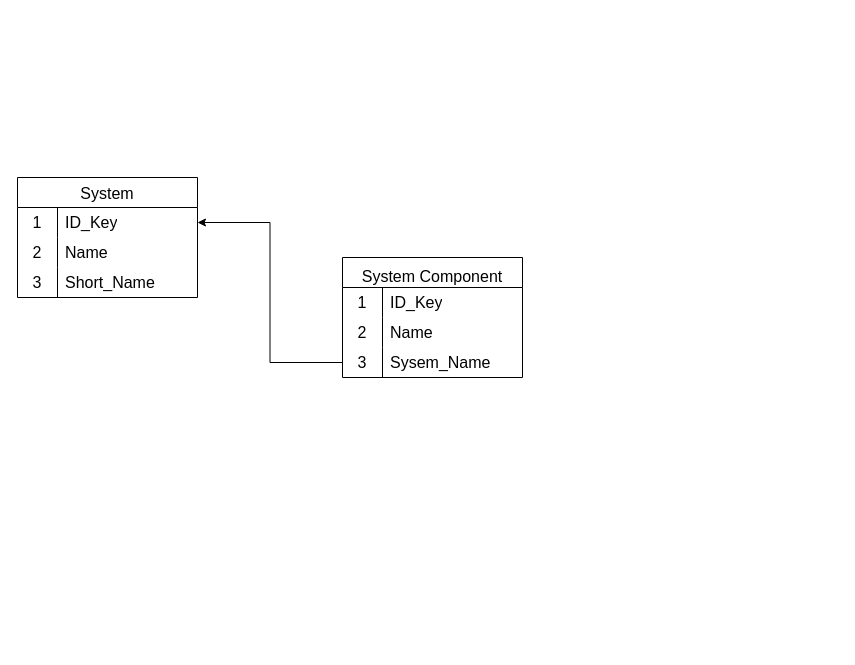
The draw.io diagram page "APM Data Model" (1 of 3) of images/itsm.drawio in bpayt2/temp, before the edit. Source tidied: cells renumbered, new cells numbered last; positions are measured from the earlier drawing's top-left corner, leaving out a move shared by most shapes. Both pictures are drawn from the tidied source at 100%, with x=0, y=0 at pixel (17, 177).
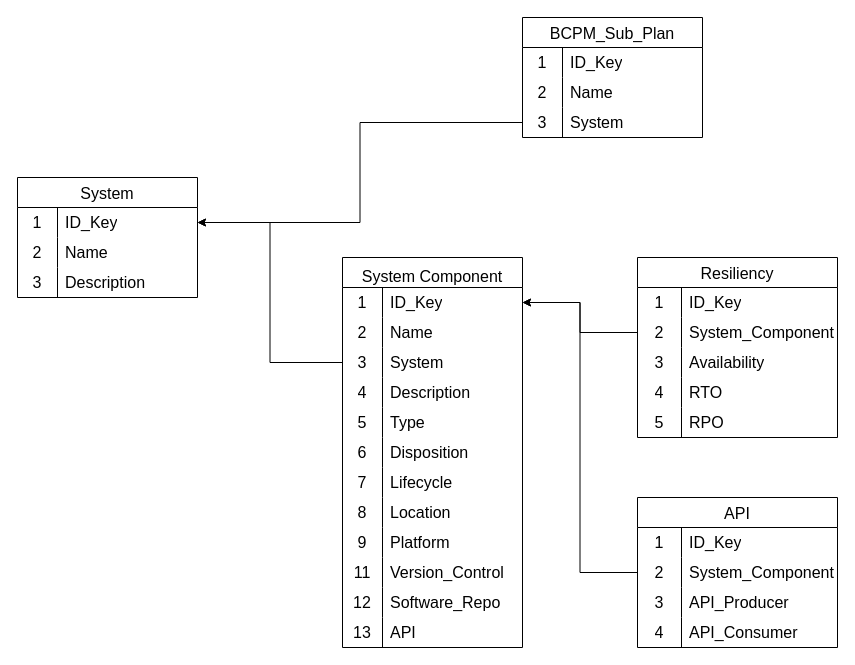
The same page after the edit.

The change refers to these unchanged cells:
```xml
<mxCell id="3" style="shape=tableRow;horizontal=0;startSize=0;swimlaneHead=0;swimlaneBody=0;top=0;left=0;bottom=0;right=0;fillColor=none;points=[[0,0.5],[1,0.5]];portConstraint=eastwest;strokeColor=inherit;fontSize=16;" parent="2" vertex="1">
  <mxGeometry y="30" width="180" height="30" as="geometry" />
</mxCell>
<mxCell id="9" style="shape=tableRow;horizontal=0;startSize=0;swimlaneHead=0;swimlaneBody=0;top=0;left=0;bottom=0;right=0;fillColor=none;strokeColor=inherit;fontSize=16;" parent="2" vertex="1">
  <mxGeometry y="90" width="180" height="30" as="geometry" />
</mxCell>
<mxCell id="13" style="shape=tableRow;horizontal=0;startSize=0;swimlaneHead=0;swimlaneBody=0;top=0;left=0;bottom=0;right=0;fillColor=none;points=[[0,0.5],[1,0.5]];portConstraint=eastwest;strokeColor=inherit;fontSize=16;" parent="12" vertex="1">
  <mxGeometry y="30" width="180" height="30" as="geometry" />
</mxCell>
<mxCell id="19" style="shape=tableRow;horizontal=0;startSize=0;swimlaneHead=0;swimlaneBody=0;top=0;left=0;bottom=0;right=0;fillColor=none;points=[[0,0.5],[1,0.5]];portConstraint=eastwest;strokeColor=inherit;fontSize=16;" parent="12" vertex="1">
  <mxGeometry y="90" width="180" height="30" as="geometry" />
</mxCell>
```

Diff of the diagram source:
```diff
@@
-    <mxCell id="11" value="Short_Name" style="shape=partialRectangle;html=1;whiteSpace=wrap;fillColor=none;top=0;left=0;bottom=0;right=0;align=left;spacingLeft=6;overflow=hidden;strokeColor=inherit;fontSize=16;" parent="9" vertex="1">
+    <mxCell id="11" value="Description" style="shape=partialRectangle;html=1;whiteSpace=wrap;fillColor=none;top=0;left=0;bottom=0;right=0;align=left;spacingLeft=6;overflow=hidden;strokeColor=inherit;fontSize=16;" parent="9" vertex="1">
       <mxGeometry x="40" width="140" height="30" as="geometry" />
     </mxCell>
     <mxCell id="12" value="System Component" style="shape=table;startSize=30;childLayout=tableLayout;rowLines=0;fontStyle=0;strokeColor=default;fontSize=16;verticalAlign=bottom;" parent="1" vertex="1">
-      <mxGeometry x="325" y="80" width="180" height="120" as="geometry" />
+      <mxGeometry x="325" y="80" width="180" height="390" as="geometry" />
     </mxCell>
@@
-    <mxCell id="21" value="Sysem_Name" style="shape=partialRectangle;html=1;whiteSpace=wrap;fillColor=none;top=0;left=0;bottom=0;right=0;align=left;spacingLeft=6;overflow=hidden;strokeColor=inherit;fontSize=16;" parent="19" vertex="1">
+    <mxCell id="21" value="System" style="shape=partialRectangle;html=1;whiteSpace=wrap;fillColor=none;top=0;left=0;bottom=0;right=0;align=left;spacingLeft=6;overflow=hidden;strokeColor=inherit;fontSize=16;" parent="19" vertex="1">
       <mxGeometry x="40" width="140" height="30" as="geometry" />
     </mxCell>
+    <mxCell id="23" style="shape=tableRow;horizontal=0;startSize=0;swimlaneHead=0;swimlaneBody=0;top=0;left=0;bottom=0;right=0;fillColor=none;strokeColor=inherit;fontSize=16;" parent="12" vertex="1">
+      <mxGeometry y="120" width="180" height="30" as="geometry" />
+    </mxCell>
+    <mxCell id="24" value="4" style="shape=partialRectangle;html=1;whiteSpace=wrap;fillColor=none;top=0;left=0;bottom=0;right=0;overflow=hidden;strokeColor=inherit;fontSize=16;" parent="23" vertex="1">
+      <mxGeometry width="40" height="30" as="geometry" />
+    </mxCell>
+    <mxCell id="25" value="Description" style="shape=partialRectangle;html=1;whiteSpace=wrap;fillColor=none;top=0;left=0;bottom=0;right=0;align=left;spacingLeft=6;overflow=hidden;strokeColor=inherit;fontSize=16;" parent="23" vertex="1">
+      <mxGeometry x="40" width="140" height="30" as="geometry" />
+    </mxCell>
+    <mxCell id="26" style="shape=tableRow;horizontal=0;startSize=0;swimlaneHead=0;swimlaneBody=0;top=0;left=0;bottom=0;right=0;fillColor=none;strokeColor=inherit;fontSize=16;" parent="12" vertex="1">
+      <mxGeometry y="150" width="180" height="30" as="geometry" />
+    </mxCell>
+    <mxCell id="27" value="5" style="shape=partialRectangle;html=1;whiteSpace=wrap;fillColor=none;top=0;left=0;bottom=0;right=0;overflow=hidden;strokeColor=inherit;fontSize=16;" parent="26" vertex="1">
+      <mxGeometry width="40" height="30" as="geometry" />
+    </mxCell>
+    <mxCell id="28" value="Type" style="shape=partialRectangle;html=1;whiteSpace=wrap;fillColor=none;top=0;left=0;bottom=0;right=0;align=left;spacingLeft=6;overflow=hidden;strokeColor=inherit;fontSize=16;" parent="26" vertex="1">
+      <mxGeometry x="40" width="140" height="30" as="geometry" />
+    </mxCell>
+    <mxCell id="29" style="shape=tableRow;horizontal=0;startSize=0;swimlaneHead=0;swimlaneBody=0;top=0;left=0;bottom=0;right=0;fillColor=none;strokeColor=inherit;fontSize=16;" parent="12" vertex="1">
+      <mxGeometry y="180" width="180" height="30" as="geometry" />
+    </mxCell>
+    <mxCell id="30" value="6" style="shape=partialRectangle;html=1;whiteSpace=wrap;fillColor=none;top=0;left=0;bottom=0;right=0;overflow=hidden;strokeColor=inherit;fontSize=16;" parent="29" vertex="1">
+      <mxGeometry width="40" height="30" as="geometry" />
+    </mxCell>
+    <mxCell id="31" value="Disposition" style="shape=partialRectangle;html=1;whiteSpace=wrap;fillColor=none;top=0;left=0;bottom=0;right=0;align=left;spacingLeft=6;overflow=hidden;strokeColor=inherit;fontSize=16;" parent="29" vertex="1">
+      <mxGeometry x="40" width="140" height="30" as="geometry" />
+    </mxCell>
+    <mxCell id="32" style="shape=tableRow;horizontal=0;startSize=0;swimlaneHead=0;swimlaneBody=0;top=0;left=0;bottom=0;right=0;fillColor=none;strokeColor=inherit;fontSize=16;" parent="12" vertex="1">
+      <mxGeometry y="210" width="180" height="30" as="geometry" />
+    </mxCell>
+    <mxCell id="33" value="7" style="shape=partialRectangle;html=1;whiteSpace=wrap;fillColor=none;top=0;left=0;bottom=0;right=0;overflow=hidden;strokeColor=inherit;fontSize=16;" parent="32" vertex="1">
+      <mxGeometry width="40" height="30" as="geometry" />
+    </mxCell>
+    <mxCell id="34" value="Lifecycle" style="shape=partialRectangle;html=1;whiteSpace=wrap;fillColor=none;top=0;left=0;bottom=0;right=0;align=left;spacingLeft=6;overflow=hidden;strokeColor=inherit;fontSize=16;" parent="32" vertex="1">
+      <mxGeometry x="40" width="140" height="30" as="geometry" />
+    </mxCell>
+    <mxCell id="35" style="shape=tableRow;horizontal=0;startSize=0;swimlaneHead=0;swimlaneBody=0;top=0;left=0;bottom=0;right=0;fillColor=none;strokeColor=inherit;fontSize=16;" parent="12" vertex="1">
+      <mxGeometry y="240" width="180" height="30" as="geometry" />
+    </mxCell>
+    <mxCell id="36" value="8" style="shape=partialRectangle;html=1;whiteSpace=wrap;fillColor=none;top=0;left=0;bottom=0;right=0;overflow=hidden;strokeColor=inherit;fontSize=16;" parent="35" vertex="1">
+      <mxGeometry width="40" height="30" as="geometry" />
+    </mxCell>
+    <mxCell id="37" value="Location" style="shape=partialRectangle;html=1;whiteSpace=wrap;fillColor=none;top=0;left=0;bottom=0;right=0;align=left;spacingLeft=6;overflow=hidden;strokeColor=inherit;fontSize=16;" parent="35" vertex="1">
+      <mxGeometry x="40" width="140" height="30" as="geometry" />
+    </mxCell>
+    <mxCell id="38" style="shape=tableRow;horizontal=0;startSize=0;swimlaneHead=0;swimlaneBody=0;top=0;left=0;bottom=0;right=0;fillColor=none;strokeColor=inherit;fontSize=16;" parent="12" vertex="1">
+      <mxGeometry y="270" width="180" height="30" as="geometry" />
+    </mxCell>
+    <mxCell id="39" value="9" style="shape=partialRectangle;html=1;whiteSpace=wrap;fillColor=none;top=0;left=0;bottom=0;right=0;overflow=hidden;strokeColor=inherit;fontSize=16;" parent="38" vertex="1">
+      <mxGeometry width="40" height="30" as="geometry" />
+    </mxCell>
+    <mxCell id="40" value="Platform" style="shape=partialRectangle;html=1;whiteSpace=wrap;fillColor=none;top=0;left=0;bottom=0;right=0;align=left;spacingLeft=6;overflow=hidden;strokeColor=inherit;fontSize=16;" parent="38" vertex="1">
+      <mxGeometry x="40" width="140" height="30" as="geometry" />
+    </mxCell>
+    <mxCell id="41" style="shape=tableRow;horizontal=0;startSize=0;swimlaneHead=0;swimlaneBody=0;top=0;left=0;bottom=0;right=0;fillColor=none;strokeColor=inherit;fontSize=16;" parent="12" vertex="1">
+      <mxGeometry y="300" width="180" height="30" as="geometry" />
+    </mxCell>
+    <mxCell id="42" value="11" style="shape=partialRectangle;html=1;whiteSpace=wrap;fillColor=none;top=0;left=0;bottom=0;right=0;overflow=hidden;strokeColor=inherit;fontSize=16;" parent="41" vertex="1">
+      <mxGeometry width="40" height="30" as="geometry" />
+    </mxCell>
+    <mxCell id="43" value="Version_Control" style="shape=partialRectangle;html=1;whiteSpace=wrap;fillColor=none;top=0;left=0;bottom=0;right=0;align=left;spacingLeft=6;overflow=hidden;strokeColor=inherit;fontSize=16;" parent="41" vertex="1">
+      <mxGeometry x="40" width="140" height="30" as="geometry" />
+    </mxCell>
+    <mxCell id="44" style="shape=tableRow;horizontal=0;startSize=0;swimlaneHead=0;swimlaneBody=0;top=0;left=0;bottom=0;right=0;fillColor=none;strokeColor=inherit;fontSize=16;" parent="12" vertex="1">
+      <mxGeometry y="330" width="180" height="30" as="geometry" />
+    </mxCell>
+    <mxCell id="45" value="12" style="shape=partialRectangle;html=1;whiteSpace=wrap;fillColor=none;top=0;left=0;bottom=0;right=0;overflow=hidden;strokeColor=inherit;fontSize=16;" parent="44" vertex="1">
+      <mxGeometry width="40" height="30" as="geometry" />
+    </mxCell>
+    <mxCell id="46" value="Software_Repo" style="shape=partialRectangle;html=1;whiteSpace=wrap;fillColor=none;top=0;left=0;bottom=0;right=0;align=left;spacingLeft=6;overflow=hidden;strokeColor=inherit;fontSize=16;" parent="44" vertex="1">
+      <mxGeometry x="40" width="140" height="30" as="geometry" />
+    </mxCell>
+    <mxCell id="47" style="shape=tableRow;horizontal=0;startSize=0;swimlaneHead=0;swimlaneBody=0;top=0;left=0;bottom=0;right=0;fillColor=none;strokeColor=inherit;fontSize=16;" parent="12" vertex="1">
+      <mxGeometry y="360" width="180" height="30" as="geometry" />
+    </mxCell>
+    <mxCell id="48" value="13" style="shape=partialRectangle;html=1;whiteSpace=wrap;fillColor=none;top=0;left=0;bottom=0;right=0;overflow=hidden;strokeColor=inherit;fontSize=16;" parent="47" vertex="1">
+      <mxGeometry width="40" height="30" as="geometry" />
+    </mxCell>
+    <mxCell id="49" value="API" style="shape=partialRectangle;html=1;whiteSpace=wrap;fillColor=none;top=0;left=0;bottom=0;right=0;align=left;spacingLeft=6;overflow=hidden;strokeColor=inherit;fontSize=16;" parent="47" vertex="1">
+      <mxGeometry x="40" width="140" height="30" as="geometry" />
+    </mxCell>
@@
+    <mxCell id="50" value="BCPM_Sub_Plan" style="shape=table;startSize=30;childLayout=tableLayout;rowLines=0;fontStyle=0;strokeColor=default;fontSize=16;" parent="1" vertex="1">
+      <mxGeometry x="505" y="-160" width="180" height="120" as="geometry" />
+    </mxCell>
+    <mxCell id="51" style="shape=tableRow;horizontal=0;startSize=0;swimlaneHead=0;swimlaneBody=0;top=0;left=0;bottom=0;right=0;fillColor=none;strokeColor=inherit;fontSize=16;" parent="50" vertex="1">
+      <mxGeometry y="30" width="180" height="30" as="geometry" />
+    </mxCell>
+    <mxCell id="52" value="1" style="shape=partialRectangle;html=1;whiteSpace=wrap;fillColor=none;top=0;left=0;bottom=0;right=0;overflow=hidden;strokeColor=inherit;fontSize=16;" parent="51" vertex="1">
+      <mxGeometry width="40" height="30" as="geometry" />
+    </mxCell>
+    <mxCell id="53" value="ID_Key" style="shape=partialRectangle;html=1;whiteSpace=wrap;fillColor=none;top=0;left=0;bottom=0;right=0;align=left;spacingLeft=6;overflow=hidden;strokeColor=inherit;fontSize=16;" parent="51" vertex="1">
+      <mxGeometry x="40" width="140" height="30" as="geometry" />
+    </mxCell>
+    <mxCell id="54" style="shape=tableRow;horizontal=0;startSize=0;swimlaneHead=0;swimlaneBody=0;top=0;left=0;bottom=0;right=0;fillColor=none;strokeColor=inherit;fontSize=16;" parent="50" vertex="1">
+      <mxGeometry y="60" width="180" height="30" as="geometry" />
+    </mxCell>
+    <mxCell id="55" value="2" style="shape=partialRectangle;html=1;whiteSpace=wrap;fillColor=none;top=0;left=0;bottom=0;right=0;overflow=hidden;strokeColor=inherit;fontSize=16;" parent="54" vertex="1">
+      <mxGeometry width="40" height="30" as="geometry" />
+    </mxCell>
+    <mxCell id="56" value="Name" style="shape=partialRectangle;html=1;whiteSpace=wrap;fillColor=none;top=0;left=0;bottom=0;right=0;align=left;spacingLeft=6;overflow=hidden;strokeColor=inherit;fontSize=16;" parent="54" vertex="1">
+      <mxGeometry x="40" width="140" height="30" as="geometry" />
+    </mxCell>
+    <mxCell id="57" style="shape=tableRow;horizontal=0;startSize=0;swimlaneHead=0;swimlaneBody=0;top=0;left=0;bottom=0;right=0;fillColor=none;points=[[0,0.5],[1,0.5]];portConstraint=eastwest;strokeColor=inherit;fontSize=16;" parent="50" vertex="1">
+      <mxGeometry y="90" width="180" height="30" as="geometry" />
+    </mxCell>
+    <mxCell id="58" value="3" style="shape=partialRectangle;html=1;whiteSpace=wrap;fillColor=none;top=0;left=0;bottom=0;right=0;overflow=hidden;strokeColor=inherit;fontSize=16;" parent="57" vertex="1">
+      <mxGeometry width="40" height="30" as="geometry" />
+    </mxCell>
+    <mxCell id="59" value="System" style="shape=partialRectangle;html=1;whiteSpace=wrap;fillColor=none;top=0;left=0;bottom=0;right=0;align=left;spacingLeft=6;overflow=hidden;strokeColor=inherit;fontSize=16;" parent="57" vertex="1">
+      <mxGeometry x="40" width="140" height="30" as="geometry" />
+    </mxCell>
+    <mxCell id="60" style="edgeStyle=orthogonalEdgeStyle;rounded=0;jettySize=auto;html=1;exitX=0;exitY=0.5;exitDx=0;exitDy=0;entryX=1;entryY=0.5;entryDx=0;entryDy=0;" parent="1" edge="1" source="57" target="3">
+      <mxGeometry relative="1" as="geometry" />
+    </mxCell>
+    <mxCell id="61" value="Resiliency" style="shape=table;startSize=30;childLayout=tableLayout;rowLines=0;fontStyle=0;strokeColor=default;fontSize=16;" parent="1" vertex="1">
+      <mxGeometry x="620" y="80" width="200" height="180" as="geometry" />
+    </mxCell>
+    <mxCell id="62" style="shape=tableRow;horizontal=0;startSize=0;swimlaneHead=0;swimlaneBody=0;top=0;left=0;bottom=0;right=0;fillColor=none;strokeColor=inherit;fontSize=16;" parent="61" vertex="1">
+      <mxGeometry y="30" width="200" height="30" as="geometry" />
+    </mxCell>
+    <mxCell id="63" value="1" style="shape=partialRectangle;html=1;whiteSpace=wrap;fillColor=none;top=0;left=0;bottom=0;right=0;overflow=hidden;strokeColor=inherit;fontSize=16;" parent="62" vertex="1">
+      <mxGeometry width="44" height="30" as="geometry" />
+    </mxCell>
+    <mxCell id="64" value="ID_Key" style="shape=partialRectangle;html=1;whiteSpace=wrap;fillColor=none;top=0;left=0;bottom=0;right=0;align=left;spacingLeft=6;overflow=hidden;strokeColor=inherit;fontSize=16;" parent="62" vertex="1">
+      <mxGeometry x="44" width="156" height="30" as="geometry" />
+    </mxCell>
+    <mxCell id="65" style="shape=tableRow;horizontal=0;startSize=0;swimlaneHead=0;swimlaneBody=0;top=0;left=0;bottom=0;right=0;fillColor=none;points=[[0,0.5],[1,0.5]];portConstraint=eastwest;strokeColor=inherit;fontSize=16;" parent="61" vertex="1">
+      <mxGeometry y="60" width="200" height="30" as="geometry" />
+    </mxCell>
+    <mxCell id="66" value="2" style="shape=partialRectangle;html=1;whiteSpace=wrap;fillColor=none;top=0;left=0;bottom=0;right=0;overflow=hidden;strokeColor=inherit;fontSize=16;" parent="65" vertex="1">
+      <mxGeometry width="44" height="30" as="geometry" />
+    </mxCell>
+    <mxCell id="67" value="System_Component" style="shape=partialRectangle;html=1;whiteSpace=wrap;fillColor=none;top=0;left=0;bottom=0;right=0;align=left;spacingLeft=6;overflow=hidden;strokeColor=inherit;fontSize=16;" parent="65" vertex="1">
+      <mxGeometry x="44" width="156" height="30" as="geometry" />
+    </mxCell>
+    <mxCell id="68" style="shape=tableRow;horizontal=0;startSize=0;swimlaneHead=0;swimlaneBody=0;top=0;left=0;bottom=0;right=0;fillColor=none;strokeColor=inherit;fontSize=16;" parent="61" vertex="1">
+      <mxGeometry y="90" width="200" height="30" as="geometry" />
+    </mxCell>
+    <mxCell id="69" value="3" style="shape=partialRectangle;html=1;whiteSpace=wrap;fillColor=none;top=0;left=0;bottom=0;right=0;overflow=hidden;strokeColor=inherit;fontSize=16;" parent="68" vertex="1">
+      <mxGeometry width="44" height="30" as="geometry" />
+    </mxCell>
+    <mxCell id="70" value="Availability" style="shape=partialRectangle;html=1;whiteSpace=wrap;fillColor=none;top=0;left=0;bottom=0;right=0;align=left;spacingLeft=6;overflow=hidden;strokeColor=inherit;fontSize=16;" parent="68" vertex="1">
+      <mxGeometry x="44" width="156" height="30" as="geometry" />
+    </mxCell>
+    <mxCell id="71" style="shape=tableRow;horizontal=0;startSize=0;swimlaneHead=0;swimlaneBody=0;top=0;left=0;bottom=0;right=0;fillColor=none;strokeColor=inherit;fontSize=16;" parent="61" vertex="1">
+      <mxGeometry y="120" width="200" height="30" as="geometry" />
+    </mxCell>
+    <mxCell id="72" value="4" style="shape=partialRectangle;html=1;whiteSpace=wrap;fillColor=none;top=0;left=0;bottom=0;right=0;overflow=hidden;strokeColor=inherit;fontSize=16;" parent="71" vertex="1">
+      <mxGeometry width="44" height="30" as="geometry" />
+    </mxCell>
+    <mxCell id="73" value="RTO" style="shape=partialRectangle;html=1;whiteSpace=wrap;fillColor=none;top=0;left=0;bottom=0;right=0;align=left;spacingLeft=6;overflow=hidden;strokeColor=inherit;fontSize=16;" parent="71" vertex="1">
+      <mxGeometry x="44" width="156" height="30" as="geometry" />
+    </mxCell>
+    <mxCell id="74" style="shape=tableRow;horizontal=0;startSize=0;swimlaneHead=0;swimlaneBody=0;top=0;left=0;bottom=0;right=0;fillColor=none;strokeColor=inherit;fontSize=16;" parent="61" vertex="1">
+      <mxGeometry y="150" width="200" height="30" as="geometry" />
+    </mxCell>
+    <mxCell id="75" value="5" style="shape=partialRectangle;html=1;whiteSpace=wrap;fillColor=none;top=0;left=0;bottom=0;right=0;overflow=hidden;strokeColor=inherit;fontSize=16;" parent="74" vertex="1">
+      <mxGeometry width="44" height="30" as="geometry" />
+    </mxCell>
+    <mxCell id="76" value="RPO" style="shape=partialRectangle;html=1;whiteSpace=wrap;fillColor=none;top=0;left=0;bottom=0;right=0;align=left;spacingLeft=6;overflow=hidden;strokeColor=inherit;fontSize=16;" parent="74" vertex="1">
+      <mxGeometry x="44" width="156" height="30" as="geometry" />
+    </mxCell>
+    <mxCell id="77" style="edgeStyle=orthogonalEdgeStyle;rounded=0;jettySize=auto;html=1;exitX=0;exitY=0.5;exitDx=0;exitDy=0;entryX=1;entryY=0.5;entryDx=0;entryDy=0;" parent="1" edge="1" source="65" target="13">
+      <mxGeometry relative="1" as="geometry" />
+    </mxCell>
+    <mxCell id="78" value="API" style="shape=table;startSize=30;childLayout=tableLayout;rowLines=0;fontStyle=0;strokeColor=default;fontSize=16;" parent="1" vertex="1">
+      <mxGeometry x="620" y="320" width="200" height="150" as="geometry" />
+    </mxCell>
+    <mxCell id="79" style="shape=tableRow;horizontal=0;startSize=0;swimlaneHead=0;swimlaneBody=0;top=0;left=0;bottom=0;right=0;fillColor=none;strokeColor=inherit;fontSize=16;" parent="78" vertex="1">
+      <mxGeometry y="30" width="200" height="30" as="geometry" />
+    </mxCell>
+    <mxCell id="80" value="1" style="shape=partialRectangle;html=1;whiteSpace=wrap;fillColor=none;top=0;left=0;bottom=0;right=0;overflow=hidden;strokeColor=inherit;fontSize=16;" parent="79" vertex="1">
+      <mxGeometry width="44" height="30" as="geometry" />
+    </mxCell>
+    <mxCell id="81" value="ID_Key" style="shape=partialRectangle;html=1;whiteSpace=wrap;fillColor=none;top=0;left=0;bottom=0;right=0;align=left;spacingLeft=6;overflow=hidden;strokeColor=inherit;fontSize=16;" parent="79" vertex="1">
+      <mxGeometry x="44" width="156" height="30" as="geometry" />
+    </mxCell>
+    <mxCell id="82" style="shape=tableRow;horizontal=0;startSize=0;swimlaneHead=0;swimlaneBody=0;top=0;left=0;bottom=0;right=0;fillColor=none;points=[[0,0.5],[1,0.5]];portConstraint=eastwest;strokeColor=inherit;fontSize=16;" parent="78" vertex="1">
+      <mxGeometry y="60" width="200" height="30" as="geometry" />
+    </mxCell>
+    <mxCell id="83" value="2" style="shape=partialRectangle;html=1;whiteSpace=wrap;fillColor=none;top=0;left=0;bottom=0;right=0;overflow=hidden;strokeColor=inherit;fontSize=16;" parent="82" vertex="1">
+      <mxGeometry width="44" height="30" as="geometry" />
+    </mxCell>
+    <mxCell id="84" value="System_Component" style="shape=partialRectangle;html=1;whiteSpace=wrap;fillColor=none;top=0;left=0;bottom=0;right=0;align=left;spacingLeft=6;overflow=hidden;strokeColor=inherit;fontSize=16;" parent="82" vertex="1">
+      <mxGeometry x="44" width="156" height="30" as="geometry" />
+    </mxCell>
+    <mxCell id="85" style="shape=tableRow;horizontal=0;startSize=0;swimlaneHead=0;swimlaneBody=0;top=0;left=0;bottom=0;right=0;fillColor=none;strokeColor=inherit;fontSize=16;" parent="78" vertex="1">
+      <mxGeometry y="90" width="200" height="30" as="geometry" />
+    </mxCell>
+    <mxCell id="86" value="3" style="shape=partialRectangle;html=1;whiteSpace=wrap;fillColor=none;top=0;left=0;bottom=0;right=0;overflow=hidden;strokeColor=inherit;fontSize=16;" parent="85" vertex="1">
+      <mxGeometry width="44" height="30" as="geometry" />
+    </mxCell>
+    <mxCell id="87" value="API_Producer" style="shape=partialRectangle;html=1;whiteSpace=wrap;fillColor=none;top=0;left=0;bottom=0;right=0;align=left;spacingLeft=6;overflow=hidden;strokeColor=inherit;fontSize=16;" parent="85" vertex="1">
+      <mxGeometry x="44" width="156" height="30" as="geometry" />
+    </mxCell>
+    <mxCell id="88" style="shape=tableRow;horizontal=0;startSize=0;swimlaneHead=0;swimlaneBody=0;top=0;left=0;bottom=0;right=0;fillColor=none;strokeColor=inherit;fontSize=16;" parent="78" vertex="1">
+      <mxGeometry y="120" width="200" height="30" as="geometry" />
+    </mxCell>
+    <mxCell id="89" value="4" style="shape=partialRectangle;html=1;whiteSpace=wrap;fillColor=none;top=0;left=0;bottom=0;right=0;overflow=hidden;strokeColor=inherit;fontSize=16;" parent="88" vertex="1">
+      <mxGeometry width="44" height="30" as="geometry" />
+    </mxCell>
+    <mxCell id="90" value="API_Consumer" style="shape=partialRectangle;html=1;whiteSpace=wrap;fillColor=none;top=0;left=0;bottom=0;right=0;align=left;spacingLeft=6;overflow=hidden;strokeColor=inherit;fontSize=16;" parent="88" vertex="1">
+      <mxGeometry x="44" width="156" height="30" as="geometry" />
+    </mxCell>
+    <mxCell id="91" style="edgeStyle=orthogonalEdgeStyle;rounded=0;jettySize=auto;html=1;exitX=0;exitY=0.5;exitDx=0;exitDy=0;entryX=1;entryY=0.5;entryDx=0;entryDy=0;" parent="1" edge="1" source="82" target="13">
+      <mxGeometry relative="1" as="geometry" />
+    </mxCell>
```
